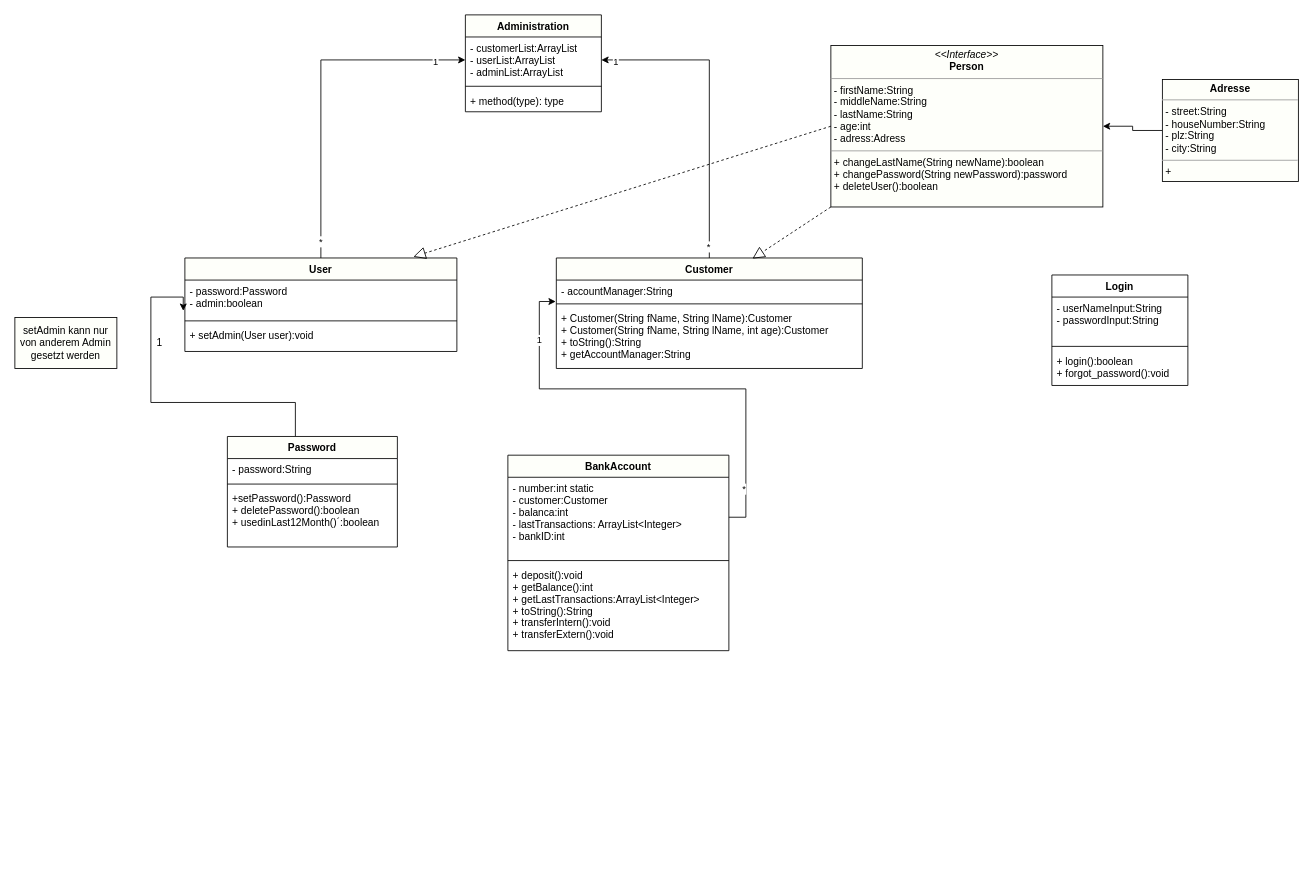
The draw.io diagram page "Classes" (1 of 3) of Untitled Diagram.drawio in CreativeVisualCoding/Banking_Project, before the edit. Source tidied: cells renumbered, new cells numbered last; positions are measured from the earlier drawing's top-left corner, leaving out a move shared by most shapes. Both pictures are drawn from the tidied source at 85%, with x=0, y=0 at pixel (14, 14).
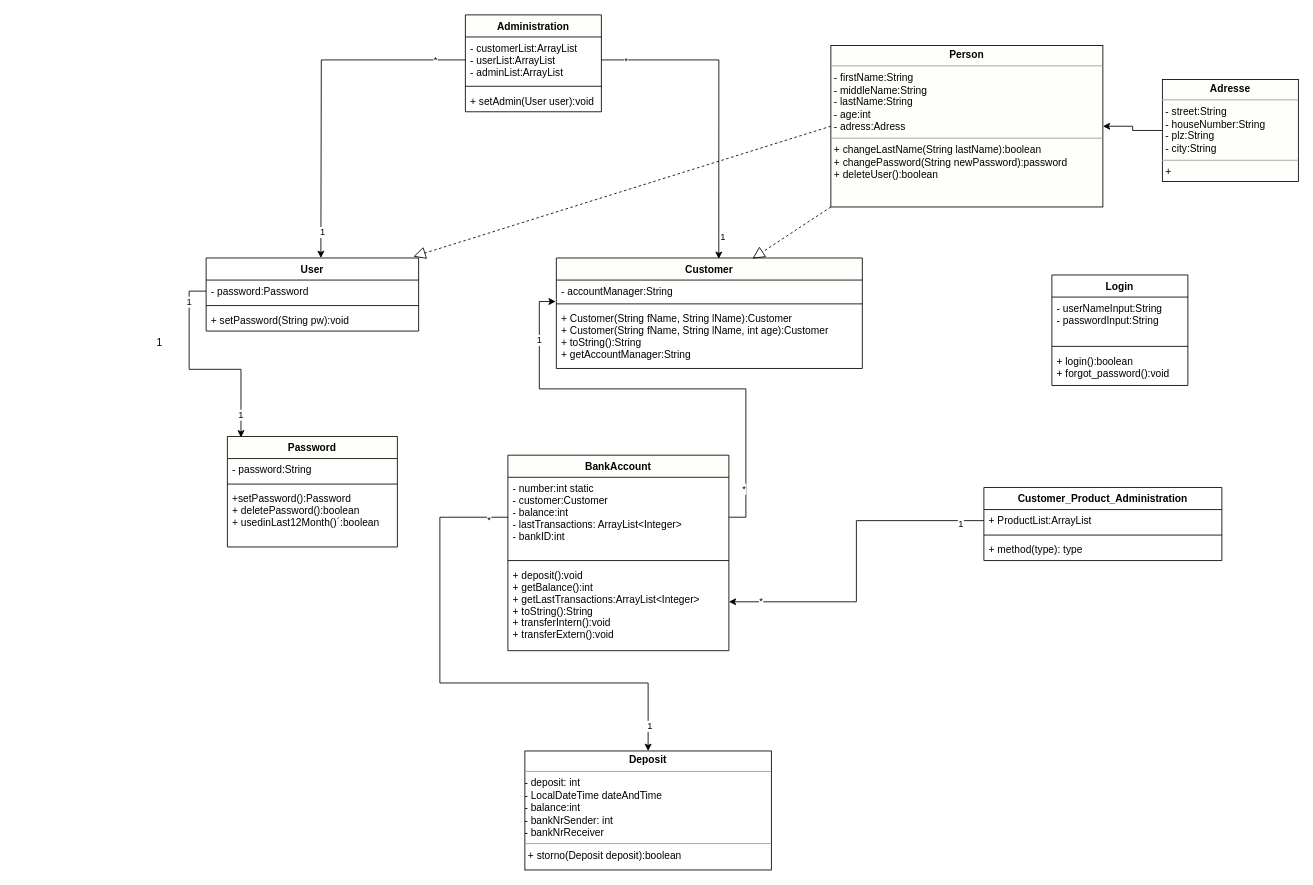
After the change.

The change refers to these unchanged cells:
```xml
<mxCell id="14" value="Password" style="swimlane;fontStyle=1;align=center;verticalAlign=top;horizontal=1;startSize=26;fillColor=#FEFFFA;" parent="1" vertex="1">
  <mxGeometry x="250" y="496" width="200" height="130" as="geometry" />
</mxCell>
<mxCell id="19" value="BankAccount" style="swimlane;fontStyle=1;align=center;verticalAlign=top;horizontal=1;startSize=26;fillColor=#FEFFFA;" parent="1" vertex="1">
  <mxGeometry x="580" y="518" width="260" height="230" as="geometry" />
</mxCell>
<mxCell id="26" value="Customer" style="swimlane;fontStyle=1;align=center;verticalAlign=top;horizontal=1;startSize=26;fillColor=#FEFFFA;" parent="1" vertex="1">
  <mxGeometry x="637" y="286" width="360" height="130" as="geometry" />
</mxCell>
<mxCell id="33" value="Administration" style="swimlane;fontStyle=1;align=center;verticalAlign=top;horizontal=1;startSize=26;fillColor=#FEFFFA;" parent="1" vertex="1">
  <mxGeometry x="530" width="160" height="114" as="geometry" />
</mxCell>
<mxCell id="34" value="- customerList:ArrayList&#10;- userList:ArrayList&#10;- adminList:ArrayList&#10;&#10;" style="text;strokeColor=none;fillColor=none;align=left;verticalAlign=top;spacingLeft=4;spacingRight=4;overflow=hidden;points=[[0,0.5],[1,0.5]];portConstraint=eastwest;" parent="33" vertex="1">
  <mxGeometry y="26" width="160" height="54" as="geometry" />
</mxCell>
```

The edit, as a diff of the source:
```diff
@@
-    <mxCell id="6" style="edgeStyle=orthogonalEdgeStyle;rounded=0;jettySize=auto;html=1;" parent="1" edge="1" source="9" target="34">
-      <mxGeometry relative="1" as="geometry" />
-    </mxCell>
-    <mxCell id="7" value="1" style="edgeLabel;html=1;align=center;verticalAlign=middle;" parent="6" vertex="1">
-      <mxGeometry x="0.82" y="-2" relative="1" as="geometry" />
-    </mxCell>
-    <mxCell id="8" value="*" style="edgeLabel;html=1;align=center;verticalAlign=middle;" parent="6" vertex="1">
-      <mxGeometry x="-0.9" y="1" relative="1" as="geometry" />
-    </mxCell>
-    <mxCell id="9" value="User" style="swimlane;fontStyle=1;align=center;verticalAlign=top;horizontal=1;startSize=26;fillColor=#FEFFFA;" parent="1" vertex="1">
-      <mxGeometry x="200" y="286" width="320" height="110" as="geometry" />
-    </mxCell>
-    <mxCell id="10" value="- password:Password&#10;- admin:boolean&#10;" style="text;strokeColor=none;fillColor=none;align=left;verticalAlign=top;spacingLeft=4;spacingRight=4;overflow=hidden;points=[[0,0.5],[1,0.5]];portConstraint=eastwest;" parent="9" vertex="1">
-      <mxGeometry y="26" width="320" height="44" as="geometry" />
-    </mxCell>
-    <mxCell id="11" style="line;strokeWidth=1;fillColor=none;align=left;verticalAlign=middle;spacingTop=-1;spacingLeft=3;spacingRight=3;labelPosition=right;" parent="9" vertex="1">
-      <mxGeometry y="70" width="320" height="8" as="geometry" />
-    </mxCell>
-    <mxCell id="12" value="+ setAdmin(User user):void&#10;&#10;" style="text;strokeColor=none;fillColor=none;align=left;verticalAlign=top;spacingLeft=4;spacingRight=4;overflow=hidden;" parent="9" vertex="1">
-      <mxGeometry y="78" width="320" height="32" as="geometry" />
-    </mxCell>
-    <mxCell id="13" style="edgeStyle=orthogonalEdgeStyle;rounded=0;jettySize=auto;html=1;entryX=-0.006;entryY=0.821;entryDx=0;entryDy=0;entryPerimeter=0;" parent="1" edge="1" source="14" target="10">
-      <mxGeometry relative="1" as="geometry">
-        <Array as="points">
-          <mxPoint x="330" y="456" />
-          <mxPoint x="160" y="456" />
-          <mxPoint x="160" y="332" />
-        </Array>
-      </mxGeometry>
-    </mxCell>
@@
-    <mxCell id="20" value="- number:int static&#10;- customer:Customer&#10;- balanca:int&#10;- lastTransactions: ArrayList&lt;Integer&gt;&#10;- bankID:int&#10;" style="text;strokeColor=none;fillColor=none;align=left;verticalAlign=top;spacingLeft=4;spacingRight=4;overflow=hidden;points=[[0,0.5],[1,0.5]];portConstraint=eastwest;" parent="19" vertex="1">
+    <mxCell id="20" value="- number:int static&#10;- customer:Customer&#10;- balance:int&#10;- lastTransactions: ArrayList&lt;Integer&gt;&#10;- bankID:int&#10;" style="text;strokeColor=none;fillColor=none;align=left;verticalAlign=top;spacingLeft=4;spacingRight=4;overflow=hidden;points=[[0,0.5],[1,0.5]];portConstraint=eastwest;" parent="19" vertex="1">
       <mxGeometry y="26" width="260" height="94" as="geometry" />
     </mxCell>
@@
-    <mxCell id="23" style="edgeStyle=orthogonalEdgeStyle;rounded=0;jettySize=auto;html=1;" parent="1" edge="1" source="26" target="34">
-      <mxGeometry relative="1" as="geometry" />
-    </mxCell>
-    <mxCell id="24" value="1" style="edgeLabel;html=1;align=center;verticalAlign=middle;" parent="23" vertex="1">
-      <mxGeometry x="0.91" y="2" relative="1" as="geometry" />
-    </mxCell>
-    <mxCell id="25" value="*" style="edgeLabel;html=1;align=center;verticalAlign=middle;" parent="23" vertex="1">
-      <mxGeometry x="-0.92" y="2" relative="1" as="geometry" />
-    </mxCell>
@@
-    <mxCell id="36" value="+ method(type): type" style="text;strokeColor=none;fillColor=none;align=left;verticalAlign=top;spacingLeft=4;spacingRight=4;overflow=hidden;" parent="33" vertex="1">
+    <mxCell id="36" value="+ setAdmin(User user):void" style="text;strokeColor=none;fillColor=none;align=left;verticalAlign=top;spacingLeft=4;spacingRight=4;overflow=hidden;" parent="33" vertex="1">
       <mxGeometry y="88" width="160" height="26" as="geometry" />
     </mxCell>
-    <mxCell id="37" value="&lt;p style=&quot;margin: 0px ; margin-top: 4px ; text-align: center&quot;&gt;&lt;i&gt;&amp;lt;&amp;lt;Interface&amp;gt;&amp;gt;&lt;/i&gt;&lt;br&gt;&lt;b&gt;Person&lt;/b&gt;&lt;/p&gt;&lt;hr size=&quot;1&quot;&gt;&lt;p style=&quot;margin: 0px ; margin-left: 4px&quot;&gt;- firstName:String&lt;br&gt;- middleName:String&lt;br&gt;- lastName:String&lt;br&gt;- age:int&lt;/p&gt;&lt;p style=&quot;margin: 0px ; margin-left: 4px&quot;&gt;- adress:Adress&lt;br&gt;&lt;/p&gt;&lt;hr size=&quot;1&quot;&gt;&lt;p style=&quot;margin: 0px ; margin-left: 4px&quot;&gt;+ changeLastName(String newName):boolean&lt;br&gt;+ changePassword(String newPassword):password&lt;br&gt;+ deleteUser():boolean&lt;/p&gt;" style="verticalAlign=top;align=left;overflow=fill;fontSize=12;fontFamily=Helvetica;html=1;fillColor=#FEFFFA;" parent="1" vertex="1">
+    <mxCell id="37" value="&lt;p style=&quot;margin: 0px ; margin-top: 4px ; text-align: center&quot;&gt;&lt;b&gt;Person&lt;/b&gt;&lt;/p&gt;&lt;hr size=&quot;1&quot;&gt;&lt;p style=&quot;margin: 0px ; margin-left: 4px&quot;&gt;- firstName:String&lt;br&gt;- middleName:String&lt;br&gt;- lastName:String&lt;br&gt;- age:int&lt;/p&gt;&lt;p style=&quot;margin: 0px ; margin-left: 4px&quot;&gt;- adress:Adress&lt;br&gt;&lt;/p&gt;&lt;hr size=&quot;1&quot;&gt;&lt;p style=&quot;margin: 0px ; margin-left: 4px&quot;&gt;+ changeLastName(String lastName):boolean&lt;br&gt;+ changePassword(String newPassword):password&lt;br&gt;+ deleteUser():boolean&lt;/p&gt;" style="verticalAlign=top;align=left;overflow=fill;fontSize=12;fontFamily=Helvetica;html=1;fillColor=#FEFFFA;" parent="1" vertex="1">
       <mxGeometry x="960" y="36" width="320" height="190" as="geometry" />
     </mxCell>
@@
-    <mxCell id="40" style="endArrow=block;dashed=1;endFill=0;endSize=12;html=1;exitX=0;exitY=0.5;exitDx=0;exitDy=0;entryX=0.84;entryY=-0.013;entryDx=0;entryDy=0;entryPerimeter=0;" parent="1" edge="1" source="37" target="9">
-      <mxGeometry relative="1" as="geometry" />
+    <mxCell id="40" style="endArrow=block;dashed=1;endFill=0;endSize=12;html=1;exitX=0;exitY=0.5;exitDx=0;exitDy=0;entryX=0.84;entryY=-0.013;entryDx=0;entryDy=0;entryPerimeter=0;" parent="1" edge="1" source="37">
+      <mxGeometry relative="1" as="geometry">
+        <mxPoint x="468.8" y="284.4" as="targetPoint" />
+      </mxGeometry>
     </mxCell>
@@
-    <mxCell id="42" value="setAdmin kann nur von anderem Admin gesetzt werden" style="rounded=0;whiteSpace=wrap;html=1;fillColor=#FEFFFA;" parent="1" vertex="1">
-      <mxGeometry y="356" width="120" height="60" as="geometry" />
-    </mxCell>
+    <mxCell id="43" value="Customer_Product_Administration&#10;" style="swimlane;fontStyle=1;align=center;verticalAlign=top;horizontal=1;startSize=26;" parent="1" vertex="1">
+      <mxGeometry x="1140" y="556" width="280" height="86" as="geometry" />
+    </mxCell>
+    <mxCell id="44" value="+ ProductList:ArrayList" style="text;strokeColor=none;fillColor=none;align=left;verticalAlign=top;spacingLeft=4;spacingRight=4;overflow=hidden;points=[[0,0.5],[1,0.5]];portConstraint=eastwest;" parent="43" vertex="1">
+      <mxGeometry y="26" width="280" height="26" as="geometry" />
+    </mxCell>
+    <mxCell id="45" style="line;strokeWidth=1;fillColor=none;align=left;verticalAlign=middle;spacingTop=-1;spacingLeft=3;spacingRight=3;labelPosition=right;" parent="43" vertex="1">
+      <mxGeometry y="52" width="280" height="8" as="geometry" />
+    </mxCell>
+    <mxCell id="46" value="+ method(type): type" style="text;strokeColor=none;fillColor=none;align=left;verticalAlign=top;spacingLeft=4;spacingRight=4;overflow=hidden;" parent="43" vertex="1">
+      <mxGeometry y="60" width="280" height="26" as="geometry" />
+    </mxCell>
+    <mxCell id="47" style="edgeStyle=orthogonalEdgeStyle;rounded=0;jettySize=auto;html=1;entryX=1;entryY=0.75;entryDx=0;entryDy=0;" parent="1" edge="1" source="44" target="19">
+      <mxGeometry relative="1" as="geometry" />
+    </mxCell>
+    <mxCell id="48" value="*" style="edgeLabel;html=1;align=center;verticalAlign=middle;" parent="47" vertex="1">
+      <mxGeometry x="0.81" y="-1" relative="1" as="geometry" />
+    </mxCell>
+    <mxCell id="49" value="1" style="edgeLabel;html=1;align=center;verticalAlign=middle;" parent="47" vertex="1">
+      <mxGeometry x="-0.86" y="3" relative="1" as="geometry" />
+    </mxCell>
+    <mxCell id="50" style="edgeStyle=orthogonalEdgeStyle;rounded=0;jettySize=auto;html=1;entryX=0.531;entryY=0.008;entryDx=0;entryDy=0;entryPerimeter=0;" parent="1" edge="1" source="34" target="26">
+      <mxGeometry relative="1" as="geometry" />
+    </mxCell>
+    <mxCell id="51" value="*" style="edgeLabel;html=1;align=center;verticalAlign=middle;" parent="50" vertex="1">
+      <mxGeometry x="-0.85" relative="1" as="geometry" />
+    </mxCell>
+    <mxCell id="52" value="1" style="edgeLabel;html=1;align=center;verticalAlign=middle;" parent="50" vertex="1">
+      <mxGeometry x="0.86" y="4" relative="1" as="geometry" />
+    </mxCell>
+    <mxCell id="53" style="edgeStyle=orthogonalEdgeStyle;rounded=0;jettySize=auto;html=1;entryX=0.5;entryY=0;entryDx=0;entryDy=0;" parent="1" edge="1" source="34">
+      <mxGeometry relative="1" as="geometry">
+        <mxPoint x="360" y="286" as="targetPoint" />
+      </mxGeometry>
+    </mxCell>
+    <mxCell id="54" value="*" style="edgeLabel;html=1;align=center;verticalAlign=middle;" parent="53" vertex="1">
+      <mxGeometry x="-0.82" y="-1" relative="1" as="geometry" />
+    </mxCell>
+    <mxCell id="55" value="1" style="edgeLabel;html=1;align=center;verticalAlign=middle;" parent="53" vertex="1">
+      <mxGeometry x="0.85" y="1" relative="1" as="geometry" />
+    </mxCell>
+    <mxCell id="56" value="&lt;p style=&quot;margin: 0px ; margin-top: 4px ; text-align: center&quot;&gt;&lt;b&gt;Deposit&lt;/b&gt;&lt;br&gt;&lt;/p&gt;&lt;hr size=&quot;1&quot;&gt;&lt;div&gt;- deposit: int&lt;br&gt;&lt;/div&gt;&lt;div&gt;- LocalDateTime dateAndTime&lt;/div&gt;&lt;div&gt;- balance:int&lt;/div&gt;&lt;div&gt;- bankNrSender: int&lt;br&gt;- bankNrReceiver&lt;br&gt;&lt;/div&gt;&lt;hr size=&quot;1&quot;&gt;&lt;p style=&quot;margin: 0px ; margin-left: 4px&quot;&gt;+ storno(Deposit deposit):boolean&lt;br&gt;&lt;/p&gt;" style="verticalAlign=top;align=left;overflow=fill;fontSize=12;fontFamily=Helvetica;html=1;" parent="1" vertex="1">
+      <mxGeometry x="600" y="866" width="290" height="140" as="geometry" />
+    </mxCell>
+    <mxCell id="57" style="edgeStyle=orthogonalEdgeStyle;rounded=0;jettySize=auto;html=1;entryX=0.5;entryY=0;entryDx=0;entryDy=0;" parent="1" edge="1" source="20" target="56">
+      <mxGeometry relative="1" as="geometry">
+        <Array as="points">
+          <mxPoint x="500" y="591" />
+          <mxPoint x="500" y="786" />
+          <mxPoint x="745" y="786" />
+        </Array>
+      </mxGeometry>
+    </mxCell>
+    <mxCell id="58" value="*" style="edgeLabel;html=1;align=center;verticalAlign=middle;" parent="57" vertex="1">
+      <mxGeometry x="-0.92" y="2" relative="1" as="geometry">
+        <mxPoint x="1" as="offset" />
+      </mxGeometry>
+    </mxCell>
+    <mxCell id="59" value="1" style="edgeLabel;html=1;align=center;verticalAlign=middle;" parent="57" vertex="1">
+      <mxGeometry x="0.9" y="1" relative="1" as="geometry" />
+    </mxCell>
+    <mxCell id="9" value="User" style="swimlane;fontStyle=1;align=center;verticalAlign=top;horizontal=1;startSize=26;" parent="1" vertex="1">
+      <mxGeometry x="225" y="286" width="250" height="86" as="geometry" />
+    </mxCell>
+    <mxCell id="60" value="- password:Password" style="text;strokeColor=none;fillColor=none;align=left;verticalAlign=top;spacingLeft=4;spacingRight=4;overflow=hidden;points=[[0,0.5],[1,0.5]];portConstraint=eastwest;" parent="9" vertex="1">
+      <mxGeometry y="26" width="250" height="26" as="geometry" />
+    </mxCell>
+    <mxCell id="61" style="line;strokeWidth=1;fillColor=none;align=left;verticalAlign=middle;spacingTop=-1;spacingLeft=3;spacingRight=3;labelPosition=right;" parent="9" vertex="1">
+      <mxGeometry y="52" width="250" height="8" as="geometry" />
+    </mxCell>
+    <mxCell id="62" value="+ setPassword(String pw):void" style="text;strokeColor=none;fillColor=none;align=left;verticalAlign=top;spacingLeft=4;spacingRight=4;overflow=hidden;" parent="9" vertex="1">
+      <mxGeometry y="60" width="250" height="26" as="geometry" />
+    </mxCell>
+    <mxCell id="63" style="edgeStyle=orthogonalEdgeStyle;rounded=0;jettySize=auto;html=1;entryX=0.08;entryY=0.008;entryDx=0;entryDy=0;entryPerimeter=0;" parent="1" edge="1" source="60" target="14">
+      <mxGeometry relative="1" as="geometry" />
+    </mxCell>
+    <mxCell id="64" value="1" style="edgeLabel;html=1;align=center;verticalAlign=middle;" parent="63" vertex="1">
+      <mxGeometry x="-0.75" y="-1" relative="1" as="geometry" />
+    </mxCell>
+    <mxCell id="65" value="1" style="edgeLabel;html=1;align=center;verticalAlign=middle;" parent="63" vertex="1">
+      <mxGeometry x="0.79" y="-1" relative="1" as="geometry" />
+    </mxCell>
```
